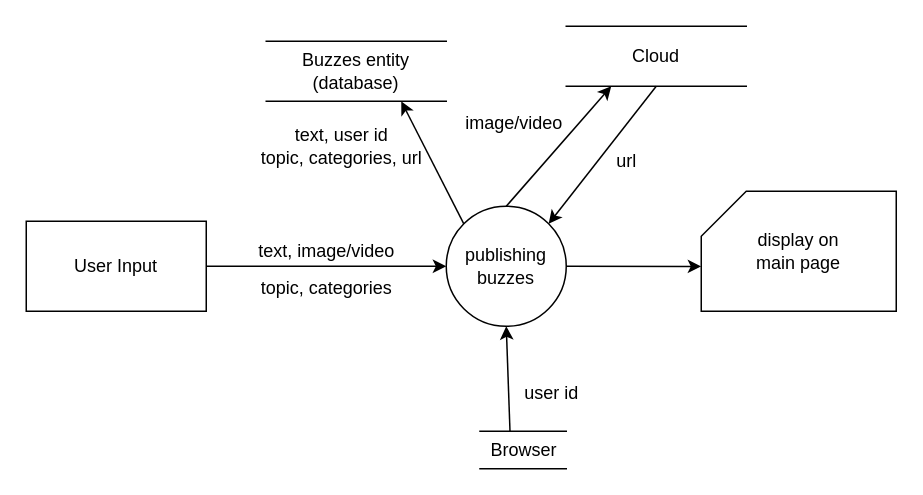
The draw.io diagram DFD/Buzzes.drawio in DonaldLamNL/buzzer, before the edit. Source tidied: cells renumbered, new cells numbered last; positions are measured from the earlier drawing's top-left corner, leaving out a move shared by most shapes. Both pictures are drawn from the tidied source at 150%, with x=0, y=0 at pixel (26, 26).
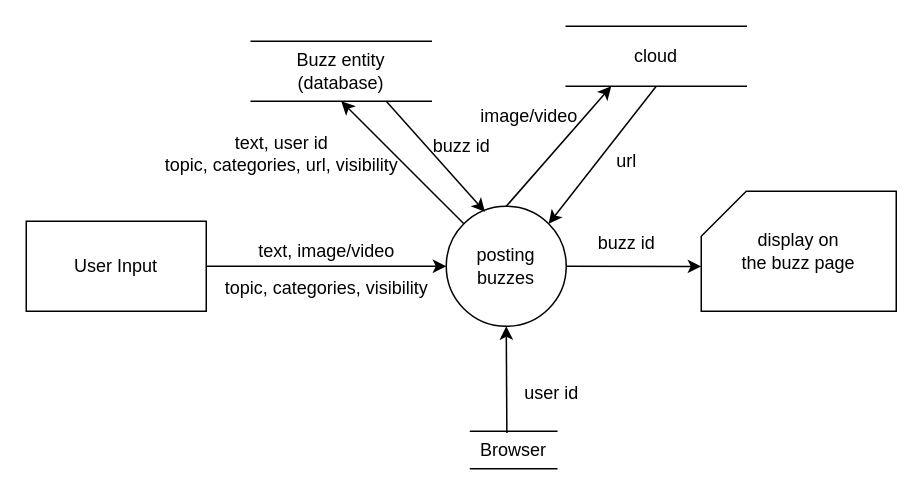
Above is the later version.

What changed in the source:
```diff
@@
-    <mxCell id="6" style="edgeStyle=none;html=1;exitX=0;exitY=0;exitDx=0;exitDy=0;entryX=0.75;entryY=1;entryDx=0;entryDy=0;" parent="1" edge="1" source="8" target="12">
+    <mxCell id="6" style="edgeStyle=none;html=1;exitX=0;exitY=0;exitDx=0;exitDy=0;entryX=0.5;entryY=1;entryDx=0;entryDy=0;" parent="1" edge="1" source="8" target="12">
       <mxGeometry relative="1" as="geometry" />
     </mxCell>
@@
-    <mxCell id="8" value="publishing&lt;br&gt;buzzes" style="ellipse;whiteSpace=wrap;html=1;" parent="1" vertex="1">
+    <mxCell id="8" value="posting&lt;br&gt;buzzes" style="ellipse;whiteSpace=wrap;html=1;" parent="1" vertex="1">
       <mxGeometry x="280" y="120" width="80" height="80" as="geometry" />
     </mxCell>
     <mxCell id="9" value="Browser" style="shape=partialRectangle;whiteSpace=wrap;html=1;left=0;right=0;fillColor=none;rounded=0;strokeColor=default;fontFamily=Helvetica;fontSize=12;fontColor=default;" parent="1" vertex="1">
-      <mxGeometry x="302.5" y="270" width="57.5" height="25" as="geometry" />
+      <mxGeometry x="296.2" y="270" width="57.5" height="25" as="geometry" />
     </mxCell>
-    <mxCell id="10" style="edgeStyle=none;html=1;exitX=0.5;exitY=0;exitDx=0;exitDy=0;entryX=0.5;entryY=1;entryDx=0;entryDy=0;" parent="1" edge="1" target="8">
-      <mxGeometry relative="1" as="geometry">
-        <mxPoint x="322.5" y="270" as="sourcePoint" />
-      </mxGeometry>
+    <mxCell id="10" style="edgeStyle=none;html=1;exitX=0.421;exitY=0.047;exitDx=0;exitDy=0;entryX=0.5;entryY=1;entryDx=0;entryDy=0;exitPerimeter=0;" parent="1" edge="1" source="9" target="8">
+      <mxGeometry relative="1" as="geometry" />
     </mxCell>
@@
+    <mxCell id="20" style="edgeStyle=none;html=1;exitX=0.75;exitY=1;exitDx=0;exitDy=0;entryX=0.323;entryY=0.047;entryDx=0;entryDy=0;entryPerimeter=0;" parent="1" edge="1" source="12" target="8">
+      <mxGeometry relative="1" as="geometry" />
+    </mxCell>
-    <mxCell id="12" value="Buzzes entity (database)" style="shape=partialRectangle;whiteSpace=wrap;html=1;left=0;right=0;fillColor=none;rounded=0;strokeColor=default;fontFamily=Helvetica;fontSize=12;fontColor=default;" parent="1" vertex="1">
-      <mxGeometry x="160" y="10" width="120" height="40" as="geometry" />
+    <mxCell id="12" value="Buzz entity (database)" style="shape=partialRectangle;whiteSpace=wrap;html=1;left=0;right=0;fillColor=none;rounded=0;strokeColor=default;fontFamily=Helvetica;fontSize=12;fontColor=default;" parent="1" vertex="1">
+      <mxGeometry x="150" y="10" width="120" height="40" as="geometry" />
     </mxCell>
-    <mxCell id="13" value="display on &lt;br&gt;main page" style="shape=card;whiteSpace=wrap;html=1;" parent="1" vertex="1">
+    <mxCell id="13" value="display on &lt;br&gt;the buzz page" style="shape=card;whiteSpace=wrap;html=1;" parent="1" vertex="1">
       <mxGeometry x="450" y="110" width="130" height="80" as="geometry" />
     </mxCell>
-    <mxCell id="14" value="text, user id&lt;br&gt;topic,&amp;nbsp;categories, url" style="text;html=1;align=center;verticalAlign=middle;strokeColor=none;fillColor=none;" parent="1" vertex="1">
-      <mxGeometry x="145" y="60" width="130" height="40" as="geometry" />
+    <mxCell id="14" value="text, user id&lt;br&gt;topic,&amp;nbsp;categories, url, visibility" style="text;html=1;align=center;verticalAlign=middle;strokeColor=none;fillColor=none;" parent="1" vertex="1">
+      <mxGeometry x="80" y="65" width="180" height="40" as="geometry" />
     </mxCell>
-    <mxCell id="15" value="topic,&amp;nbsp;categories" style="text;html=1;align=center;verticalAlign=middle;strokeColor=none;fillColor=none;" parent="1" vertex="1">
-      <mxGeometry x="145" y="160" width="110" height="30" as="geometry" />
+    <mxCell id="15" value="topic,&amp;nbsp;categories, visibility" style="text;html=1;align=center;verticalAlign=middle;strokeColor=none;fillColor=none;" parent="1" vertex="1">
+      <mxGeometry x="120" y="160" width="160" height="30" as="geometry" />
     </mxCell>
@@
-    <mxCell id="17" value="Cloud" style="shape=partialRectangle;whiteSpace=wrap;html=1;left=0;right=0;fillColor=none;rounded=0;strokeColor=default;fontFamily=Helvetica;fontSize=12;fontColor=default;" parent="1" vertex="1">
+    <mxCell id="17" value="cloud" style="shape=partialRectangle;whiteSpace=wrap;html=1;left=0;right=0;fillColor=none;rounded=0;strokeColor=default;fontFamily=Helvetica;fontSize=12;fontColor=default;" parent="1" vertex="1">
       <mxGeometry x="360" width="120" height="40" as="geometry" />
     </mxCell>
     <mxCell id="18" value="image/video" style="text;html=1;align=center;verticalAlign=middle;strokeColor=none;fillColor=none;" parent="1" vertex="1">
-      <mxGeometry x="280" y="50" width="90" height="30" as="geometry" />
+      <mxGeometry x="290" y="45" width="90" height="30" as="geometry" />
     </mxCell>
@@
+    <mxCell id="21" value="buzz id" style="text;html=1;align=center;verticalAlign=middle;strokeColor=none;fillColor=none;" parent="1" vertex="1">
+      <mxGeometry x="370" y="130" width="60" height="30" as="geometry" />
+    </mxCell>
+    <mxCell id="22" value="buzz id" style="text;html=1;align=center;verticalAlign=middle;strokeColor=none;fillColor=none;" parent="1" vertex="1">
+      <mxGeometry x="260" y="65" width="60" height="30" as="geometry" />
+    </mxCell>
```
